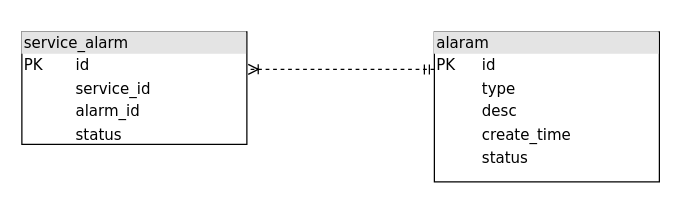
This is alarmonitor数据库表设计.drawio from SmellyTrotter/draw.io, a draw.io file, before an edit. Source tidied: cells renumbered, new cells numbered last; positions are measured from the earlier drawing's top-left corner, leaving out a move shared by most shapes. Both pictures are drawn from the tidied source at 125%, with x=0, y=0 at pixel (21, 31).
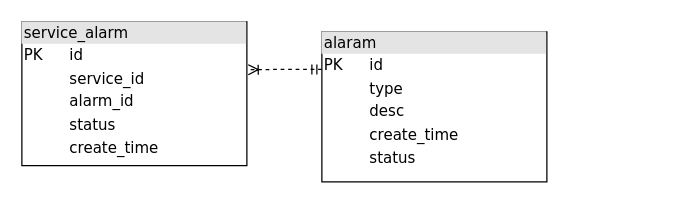
Above is the later version.

Commit message (it also covers changes not shown here):
更新alarmonitor数据库表设计.drawio

Diff of the diagram source:
```diff
@@
 <mxGraphModel>
   <root>
     <mxCell id="0" />
     <mxCell id="1" parent="0" />
     <mxCell id="2" style="edgeStyle=orthogonalEdgeStyle;html=1;exitX=0;exitY=0.25;entryX=1.006;entryY=0.333;dashed=1;labelBackgroundColor=none;startArrow=ERmandOne;endArrow=ERoneToMany;fontFamily=Verdana;fontSize=12;align=left;rounded=0;exitDx=0;exitDy=0;entryDx=0;entryDy=0;entryPerimeter=0;" parent="1" edge="1" source="4" target="3">
       <mxGeometry relative="1" as="geometry" />
     </mxCell>
-    <mxCell id="3" value="&lt;div style=&quot;box-sizing: border-box ; width: 100% ; background: #e4e4e4 ; padding: 2px&quot;&gt;service_alarm&lt;/div&gt;&lt;table style=&quot;width: 100% ; font-size: 1em&quot; cellpadding=&quot;2&quot; cellspacing=&quot;0&quot;&gt;&lt;tbody&gt;&lt;tr&gt;&lt;td&gt;PK&lt;/td&gt;&lt;td&gt;id&lt;/td&gt;&lt;/tr&gt;&lt;tr&gt;&lt;td&gt;&lt;br&gt;&lt;/td&gt;&lt;td&gt;service_id&lt;/td&gt;&lt;/tr&gt;&lt;tr&gt;&lt;td&gt;&lt;/td&gt;&lt;td&gt;alarm_id&lt;/td&gt;&lt;/tr&gt;&lt;tr&gt;&lt;td&gt;&lt;br&gt;&lt;/td&gt;&lt;td&gt;status&lt;br&gt;&lt;/td&gt;&lt;/tr&gt;&lt;/tbody&gt;&lt;/table&gt;" style="verticalAlign=top;align=left;overflow=fill;html=1;rounded=0;shadow=0;comic=0;labelBackgroundColor=none;strokeWidth=1;fontFamily=Verdana;fontSize=12;" parent="1" vertex="1">
-      <mxGeometry width="180" height="90" as="geometry" />
+    <mxCell id="3" value="&lt;div style=&quot;box-sizing: border-box ; width: 100% ; background: #e4e4e4 ; padding: 2px&quot;&gt;service_alarm&lt;/div&gt;&lt;table style=&quot;width: 100% ; font-size: 1em&quot; cellpadding=&quot;2&quot; cellspacing=&quot;0&quot;&gt;&lt;tbody&gt;&lt;tr&gt;&lt;td&gt;PK&lt;/td&gt;&lt;td&gt;id&lt;/td&gt;&lt;/tr&gt;&lt;tr&gt;&lt;td&gt;&lt;br&gt;&lt;/td&gt;&lt;td&gt;service_id&lt;/td&gt;&lt;/tr&gt;&lt;tr&gt;&lt;td&gt;&lt;/td&gt;&lt;td&gt;alarm_id&lt;/td&gt;&lt;/tr&gt;&lt;tr&gt;&lt;td&gt;&lt;br&gt;&lt;/td&gt;&lt;td&gt;status&lt;br&gt;&lt;/td&gt;&lt;/tr&gt;&lt;tr&gt;&lt;td&gt;&lt;br&gt;&lt;/td&gt;&lt;td&gt;create_time&lt;/td&gt;&lt;/tr&gt;&lt;/tbody&gt;&lt;/table&gt;" style="verticalAlign=top;align=left;overflow=fill;html=1;rounded=0;shadow=0;comic=0;labelBackgroundColor=none;strokeWidth=1;fontFamily=Verdana;fontSize=12;" parent="1" vertex="1">
+      <mxGeometry y="-8" width="180" height="115" as="geometry" />
     </mxCell>
     <mxCell id="4" value="&lt;div style=&quot;box-sizing: border-box ; width: 100% ; background: #e4e4e4 ; padding: 2px&quot;&gt;alaram&lt;/div&gt;&lt;table style=&quot;width: 100% ; font-size: 1em&quot; cellpadding=&quot;2&quot; cellspacing=&quot;0&quot;&gt;&lt;tbody&gt;&lt;tr&gt;&lt;td&gt;PK&lt;/td&gt;&lt;td&gt;id&lt;/td&gt;&lt;/tr&gt;&lt;tr&gt;&lt;td&gt;&lt;br&gt;&lt;/td&gt;&lt;td&gt;type&lt;/td&gt;&lt;/tr&gt;&lt;tr&gt;&lt;td&gt;&lt;br&gt;&lt;/td&gt;&lt;td&gt;desc&lt;br&gt;&lt;/td&gt;&lt;/tr&gt;&lt;tr&gt;&lt;td&gt;&lt;br&gt;&lt;/td&gt;&lt;td&gt;create_time&lt;/td&gt;&lt;/tr&gt;&lt;tr&gt;&lt;td&gt;&lt;br&gt;&lt;/td&gt;&lt;td&gt;status&lt;/td&gt;&lt;/tr&gt;&lt;tr&gt;&lt;td&gt;&lt;br&gt;&lt;/td&gt;&lt;td&gt;&lt;br&gt;&lt;/td&gt;&lt;/tr&gt;&lt;/tbody&gt;&lt;/table&gt;" style="verticalAlign=top;align=left;overflow=fill;html=1;rounded=0;shadow=0;comic=0;labelBackgroundColor=none;strokeWidth=1;fontFamily=Verdana;fontSize=12;" parent="1" vertex="1">
-      <mxGeometry x="330" width="180" height="120" as="geometry" />
+      <mxGeometry x="240" width="180" height="120" as="geometry" />
     </mxCell>
   </root>
 </mxGraphModel>
```
